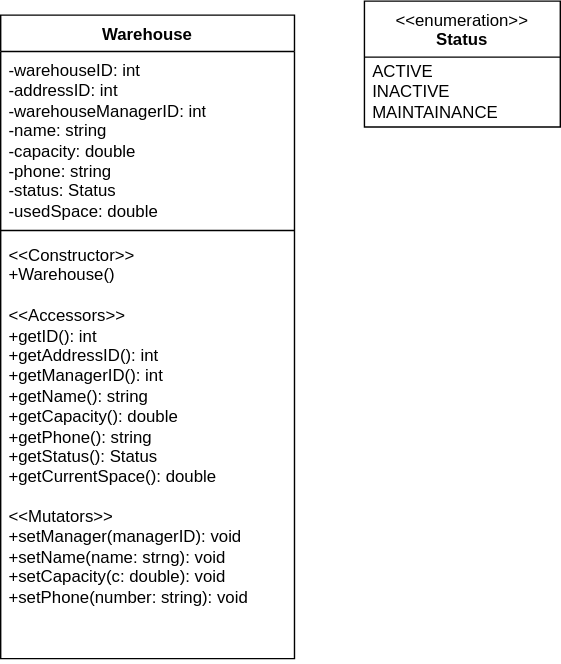
Simamkele88/IFM3_GP keeps this draw.io diagram as nsirh-classes.svg. Above is the earlier version. Source tidied: cells renumbered, new cells last; positions are measured from the earlier drawing's top-left corner, leaving out a move shared by most shapes.
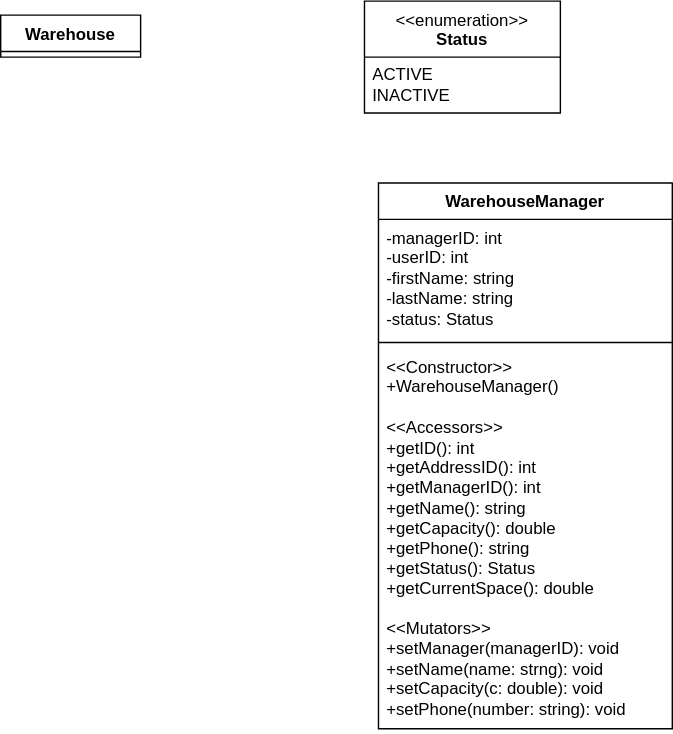
After the change.

Change to the diagram source:
```diff
@@ -2,23 +2,26 @@
   <root>
     <mxCell id="0" />
     <mxCell id="1" parent="0" />
-    <mxCell id="2" value="Warehouse" style="swimlane;fontStyle=1;align=center;verticalAlign=top;horizontal=1;startSize=26;whiteSpace=wrap;html=1;" parent="1" vertex="1">
-      <mxGeometry y="10" width="210" height="460" as="geometry" />
+    <mxCell id="2" value="Warehouse" style="swimlane;fontStyle=1;align=center;verticalAlign=top;horizontal=1;startSize=26;whiteSpace=wrap;html=1;" parent="1" vertex="1" collapsed="1">
+      <mxGeometry y="10" width="100" height="30" as="geometry" />
     </mxCell>
-    <mxCell id="3" value="-warehouseID: int&lt;div&gt;-addressID: int&lt;/div&gt;&lt;div&gt;-warehouseManagerID: int&lt;/div&gt;&lt;div&gt;-name: string&lt;/div&gt;&lt;div&gt;-capacity: double&lt;/div&gt;&lt;div&gt;-phone: string&lt;/div&gt;&lt;div&gt;-status: Status&lt;/div&gt;&lt;div&gt;-usedSpace: double&lt;/div&gt;&lt;div&gt;&lt;br&gt;&lt;/div&gt;" style="text;strokeColor=none;fillColor=none;align=left;verticalAlign=top;spacingLeft=4;spacingRight=4;overflow=hidden;whiteSpace=wrap;html=1;" parent="2" vertex="1">
-      <mxGeometry y="26" width="210" height="124" as="geometry" />
-    </mxCell>
-    <mxCell id="4" style="line;strokeWidth=1;fillColor=none;align=left;verticalAlign=middle;spacingTop=-1;spacingLeft=3;spacingRight=3;labelPosition=right;strokeColor=inherit;" parent="2" vertex="1">
-      <mxGeometry y="150" width="210" height="8" as="geometry" />
-    </mxCell>
-    <mxCell id="5" value="&amp;lt;&amp;lt;Constructor&amp;gt;&amp;gt;&lt;div&gt;+Warehouse()&lt;/div&gt;&lt;div&gt;&lt;br&gt;&lt;/div&gt;&lt;div&gt;&amp;lt;&amp;lt;Accessors&amp;gt;&amp;gt;&lt;/div&gt;&lt;div&gt;+getID(): int&lt;/div&gt;&lt;div&gt;+getAddressID(): int&lt;/div&gt;&lt;div&gt;+getManagerID(): int&lt;/div&gt;&lt;div&gt;+getName(): string&lt;/div&gt;&lt;div&gt;+getCapacity(): double&lt;/div&gt;&lt;div&gt;+getPhone(): string&lt;/div&gt;&lt;div&gt;+getStatus(): Status&lt;/div&gt;&lt;div&gt;+getCurrentSpace(): double&lt;/div&gt;&lt;div&gt;&lt;br&gt;&lt;/div&gt;&lt;div&gt;&amp;lt;&amp;lt;Mutators&amp;gt;&amp;gt;&lt;/div&gt;&lt;div&gt;+setManager(managerID): void&lt;/div&gt;&lt;div&gt;+setName(name: strng): void&lt;/div&gt;&lt;div&gt;+setCapacity(c: double): void&lt;/div&gt;&lt;div&gt;+setPhone(number: string): void&lt;/div&gt;&lt;div&gt;&lt;br&gt;&lt;/div&gt;" style="text;strokeColor=none;fillColor=none;align=left;verticalAlign=top;spacingLeft=4;spacingRight=4;overflow=hidden;whiteSpace=wrap;html=1;" parent="2" vertex="1">
-      <mxGeometry y="158" width="210" height="302" as="geometry" />
-    </mxCell>
     <mxCell id="6" value="&amp;lt;&amp;lt;enumeration&amp;gt;&amp;gt;&lt;br&gt;&lt;b&gt;Status&lt;/b&gt;" style="swimlane;fontStyle=0;align=center;verticalAlign=top;horizontal=1;startSize=40;html=1;whiteSpace=wrap;" parent="1" vertex="1">
-      <mxGeometry x="260" width="140" height="90" as="geometry" />
+      <mxGeometry x="260" width="140" height="80" as="geometry" />
     </mxCell>
-    <mxCell id="7" value="ACTIVE&lt;div&gt;INACTIVE&lt;/div&gt;&lt;div&gt;MAINTAINANCE&lt;/div&gt;" style="text;html=1;strokeColor=none;fillColor=none;align=left;verticalAlign=middle;spacingLeft=4;spacingRight=4;overflow=hidden;whiteSpace=wrap;" parent="6" vertex="1">
-      <mxGeometry y="40" width="140" height="50" as="geometry" />
+    <mxCell id="7" value="ACTIVE&lt;div&gt;INACTIVE&lt;/div&gt;" style="text;html=1;strokeColor=none;fillColor=none;align=left;verticalAlign=middle;spacingLeft=4;spacingRight=4;overflow=hidden;whiteSpace=wrap;" parent="6" vertex="1">
+      <mxGeometry y="40" width="140" height="40" as="geometry" />
     </mxCell>
+    <mxCell id="8" value="WarehouseManager" style="swimlane;fontStyle=1;align=center;verticalAlign=top;horizontal=1;startSize=26;whiteSpace=wrap;html=1;" parent="1" vertex="1">
+      <mxGeometry x="270" y="130" width="210" height="390" as="geometry" />
+    </mxCell>
+    <mxCell id="9" value="-managerID: int&lt;div&gt;-userID: int&lt;/div&gt;&lt;div&gt;-firstName: string&lt;/div&gt;&lt;div&gt;-lastName: string&lt;/div&gt;&lt;div&gt;-status: Status&lt;/div&gt;&lt;div&gt;&lt;br&gt;&lt;/div&gt;" style="text;strokeColor=none;fillColor=none;align=left;verticalAlign=top;spacingLeft=4;spacingRight=4;overflow=hidden;whiteSpace=wrap;html=1;" parent="8" vertex="1">
+      <mxGeometry y="26" width="210" height="84" as="geometry" />
+    </mxCell>
+    <mxCell id="10" style="line;strokeWidth=1;fillColor=none;align=left;verticalAlign=middle;spacingTop=-1;spacingLeft=3;spacingRight=3;labelPosition=right;strokeColor=inherit;" parent="8" vertex="1">
+      <mxGeometry y="110" width="210" height="8" as="geometry" />
+    </mxCell>
+    <mxCell id="11" value="&amp;lt;&amp;lt;Constructor&amp;gt;&amp;gt;&lt;div&gt;+WarehouseManager()&lt;/div&gt;&lt;div&gt;&lt;br&gt;&lt;/div&gt;&lt;div&gt;&amp;lt;&amp;lt;Accessors&amp;gt;&amp;gt;&lt;/div&gt;&lt;div&gt;+getID(): int&lt;/div&gt;&lt;div&gt;+getAddressID(): int&lt;/div&gt;&lt;div&gt;+getManagerID(): int&lt;/div&gt;&lt;div&gt;+getName(): string&lt;/div&gt;&lt;div&gt;+getCapacity(): double&lt;/div&gt;&lt;div&gt;+getPhone(): string&lt;/div&gt;&lt;div&gt;+getStatus(): Status&lt;/div&gt;&lt;div&gt;+getCurrentSpace(): double&lt;/div&gt;&lt;div&gt;&lt;br&gt;&lt;/div&gt;&lt;div&gt;&amp;lt;&amp;lt;Mutators&amp;gt;&amp;gt;&lt;/div&gt;&lt;div&gt;+setManager(managerID): void&lt;/div&gt;&lt;div&gt;+setName(name: strng): void&lt;/div&gt;&lt;div&gt;+setCapacity(c: double): void&lt;/div&gt;&lt;div&gt;+setPhone(number: string): void&lt;/div&gt;&lt;div&gt;&lt;br&gt;&lt;/div&gt;" style="text;strokeColor=none;fillColor=none;align=left;verticalAlign=top;spacingLeft=4;spacingRight=4;overflow=hidden;whiteSpace=wrap;html=1;" parent="8" vertex="1">
+      <mxGeometry y="118" width="210" height="272" as="geometry" />
+    </mxCell>
   </root>
 </mxGraphModel>
```
